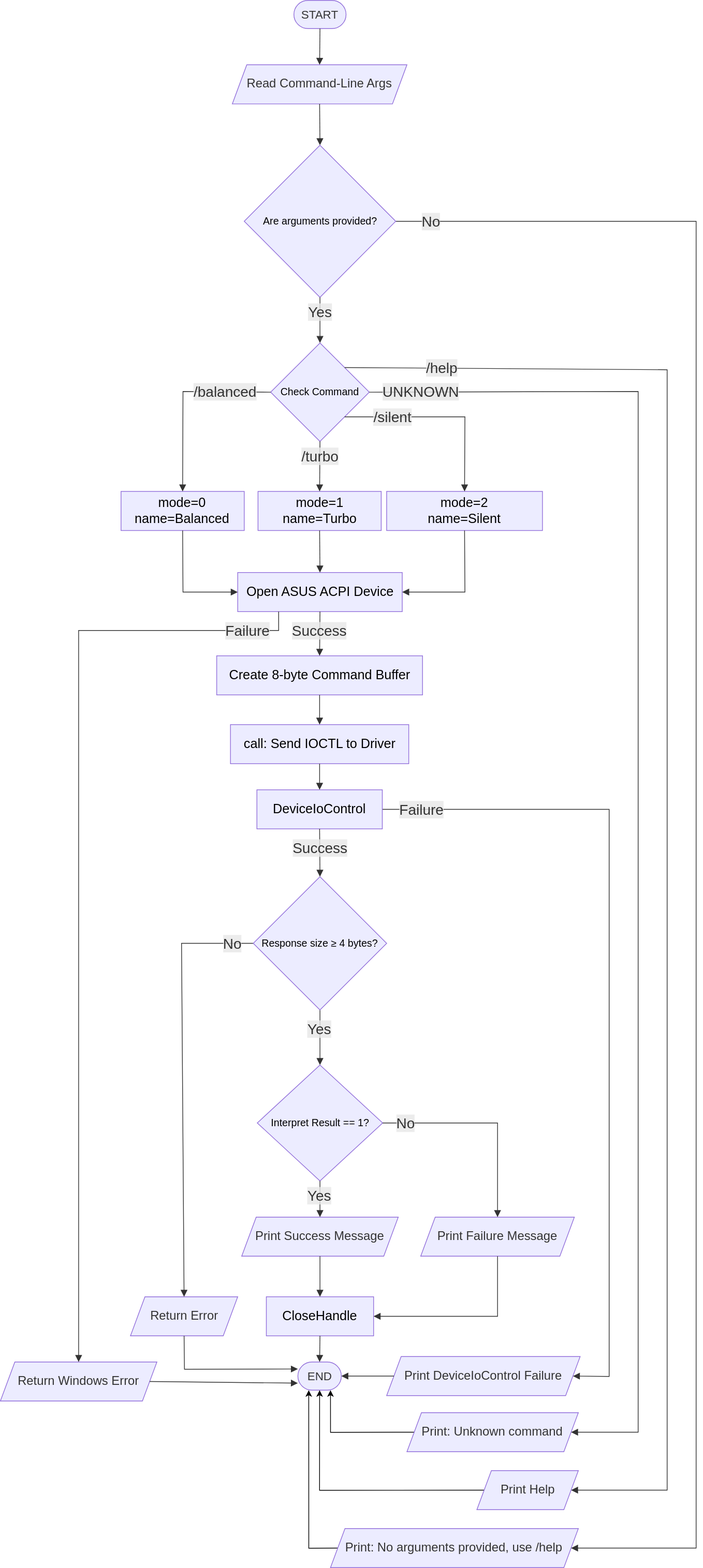
KiyomizuSuzu/AsusMode keeps this draw.io diagram as AsusMode.drawio.svg. Above is the earlier version. Source tidied: cells renumbered, new cells last; positions are measured from the earlier drawing's top-left corner, leaving out a move shared by most shapes.
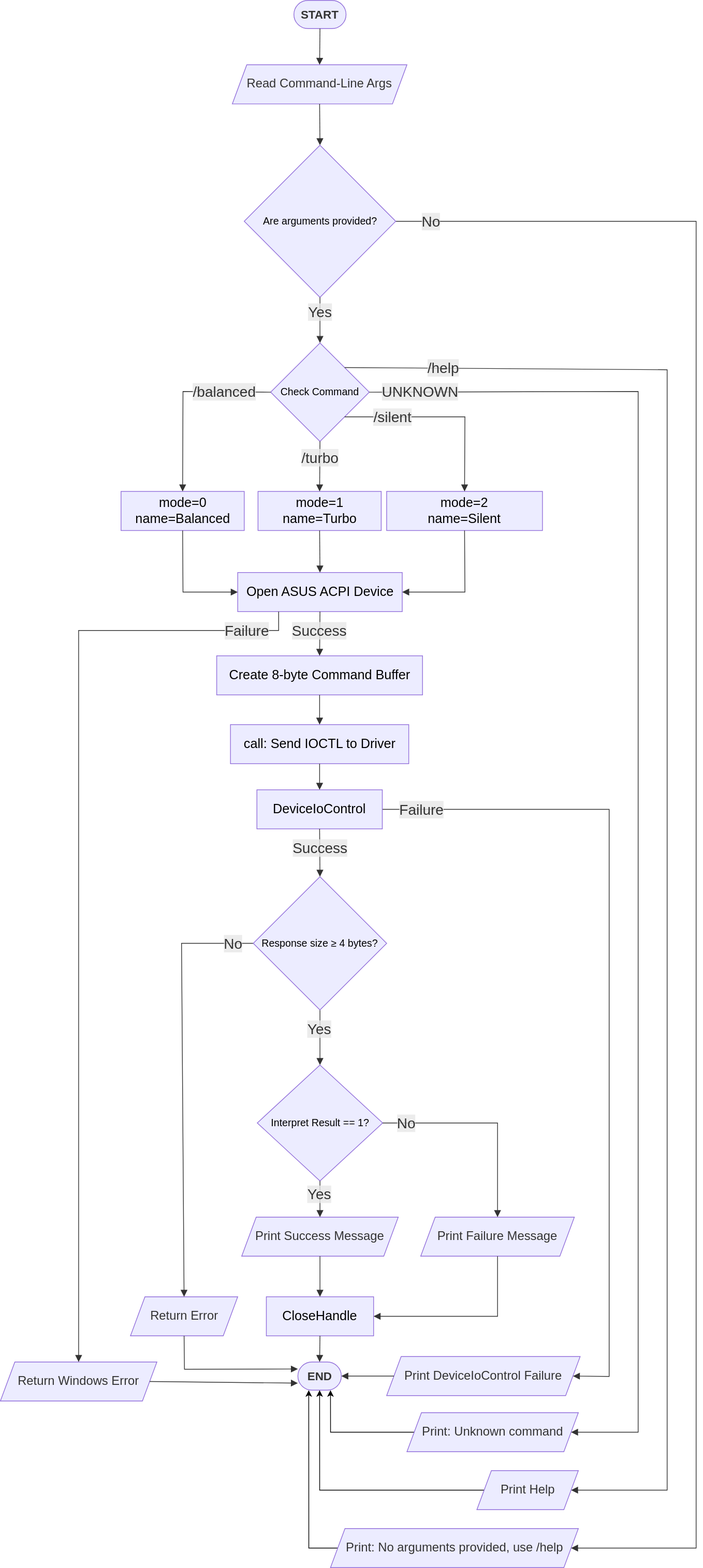
Later version of the same file.

Change to the diagram source:
```diff
@@ -2,7 +2,7 @@
   <root>
     <mxCell id="0" />
     <mxCell id="1" parent="0" />
-    <mxCell id="2" value="START" style="html=1;rounded=1;whiteSpace=wrap;arcSize=50;strokeWidth=1;fillColor=light-dark(#ECECFF,#FFA7FF);strokeColor=light-dark(#9370DB,#cccccc);fontColor=light-dark(#333333,#000000);fontFamily=Trebuchet MS,Verdana,Arial,sans-serif;fontSize=16;" parent="1" vertex="1">
+    <mxCell id="2" value="START" style="html=1;rounded=1;whiteSpace=wrap;arcSize=50;strokeWidth=1;fillColor=light-dark(#ECECFF,#FFA7FF);strokeColor=light-dark(#9370DB,#cccccc);fontColor=light-dark(#333333,#000000);fontFamily=Trebuchet MS,Verdana,Arial,sans-serif;fontSize=16;fontStyle=1;" parent="1" vertex="1">
       <mxGeometry x="405" width="72" height="39" as="geometry" />
     </mxCell>
     <mxCell id="3" value="Read Command-Line Args" style="html=1;whiteSpace=wrap;strokeWidth=1;fillColor=light-dark(#ECECFF,#FFE599);strokeColor=light-dark(#9370DB,#cccccc);fontColor=light-dark(#333333,#000000);fontFamily=Trebuchet MS,Verdana,Arial,sans-serif;fontSize=17;shape=parallelogram;perimeter=parallelogramPerimeter;fixedSize=1;" parent="1" vertex="1">
@@ -63,10 +63,10 @@
     <mxCell id="20" value="Print Failure Message" style="html=1;whiteSpace=wrap;strokeWidth=1;fillColor=light-dark(#ECECFF,#FFE599);strokeColor=light-dark(#9370DB,#cccccc);fontColor=light-dark(#333333,#000000);fontFamily=Trebuchet MS,Verdana,Arial,sans-serif;fontSize=17;shape=parallelogram;perimeter=parallelogramPerimeter;fixedSize=1;" parent="1" vertex="1">
       <mxGeometry x="580" y="1680" width="212" height="54" as="geometry" />
     </mxCell>
-    <mxCell id="21" value="CloseHandle" style="html=1;whiteSpace=wrap;strokeWidth=1;fillColor=light-dark(#ECECFF,#6DB2FF);strokeColor=light-dark(#9370DB,#cccccc);fontColor=light-dark(#000000,#000000);fontFamily=Trebuchet MS,Verdana,Arial,sans-serif;fontSize=18;" parent="1" vertex="1">
+    <mxCell id="21" value="CloseHandle" style="html=1;whiteSpace=wrap;strokeWidth=1;fillColor=light-dark(#ECECFF,#6DB2FF);strokeColor=light-dark(#9370DB,#cccccc);fontColor=light-dark(#000000,#000000);fontFamily=Trebuchet MS,Verdana,Arial,sans-serif;fontSize=18;fontStyle=0;" parent="1" vertex="1">
       <mxGeometry x="367" y="1790" width="148" height="54" as="geometry" />
     </mxCell>
-    <mxCell id="22" value="END" style="html=1;rounded=1;whiteSpace=wrap;arcSize=50;strokeWidth=1;fillColor=light-dark(#ECECFF,#FFA7FF);strokeColor=light-dark(#9370DB,#cccccc);fontColor=light-dark(#333333,#000000);fontFamily=Trebuchet MS,Verdana,Arial,sans-serif;fontSize=16;" parent="1" vertex="1">
+    <mxCell id="22" value="END" style="html=1;rounded=1;whiteSpace=wrap;arcSize=50;strokeWidth=1;fillColor=light-dark(#ECECFF,#FFA7FF);strokeColor=light-dark(#9370DB,#cccccc);fontColor=light-dark(#333333,#000000);fontFamily=Trebuchet MS,Verdana,Arial,sans-serif;fontSize=16;fontStyle=1;" parent="1" vertex="1">
       <mxGeometry x="410.5" y="1880" width="60" height="39" as="geometry" />
     </mxCell>
     <mxCell id="23" style="curved=1;startArrow=none;endArrow=block;endSize=7;strokeColor=light-dark(#333333,#cccccc);exitX=0.5;exitY=1;entryX=0.5;entryY=0;rounded=0;" parent="1" edge="1" source="2" target="3">
```
